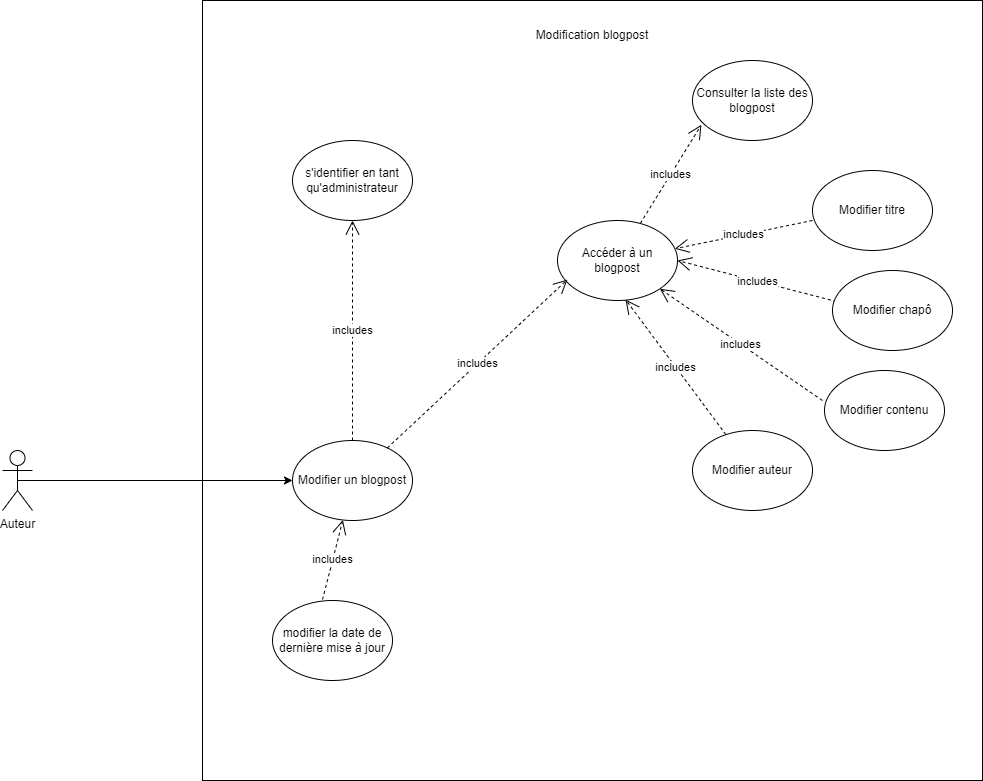
LanchesThomas/blog keeps this draw.io diagram as diagrammes/Cas d'utilisation/modification_blogpost.drawio.png. Above is the earlier version. Source tidied: cells renumbered, new cells last; positions are measured from the earlier drawing's top-left corner, leaving out a move shared by most shapes. The source it was exported from:
```xml
<mxGraphModel>
  <root>
    <mxCell id="0" />
    <mxCell id="1" parent="0" />
    <mxCell id="2" style="whiteSpace=wrap;html=1;" parent="1" vertex="1">
      <mxGeometry x="200" width="780" height="780" as="geometry" />
    </mxCell>
    <mxCell id="3" value="Modification blogpost" style="text;html=1;strokeColor=none;fillColor=none;align=center;verticalAlign=middle;whiteSpace=wrap;rounded=0;" parent="1" vertex="1">
      <mxGeometry x="505" y="20" width="170" height="30" as="geometry" />
    </mxCell>
    <mxCell id="4" value="Modifier un blogpost" style="ellipse;whiteSpace=wrap;html=1;" parent="1" vertex="1">
      <mxGeometry x="290" y="440" width="120" height="80" as="geometry" />
    </mxCell>
    <mxCell id="5" value="s'identifier en tant qu'administrateur" style="ellipse;whiteSpace=wrap;html=1;" parent="1" vertex="1">
      <mxGeometry x="290" y="140" width="120" height="80" as="geometry" />
    </mxCell>
    <mxCell id="6" style="edgeStyle=orthogonalEdgeStyle;rounded=0;jettySize=auto;html=1;exitX=0.5;exitY=0.5;exitDx=0;exitDy=0;exitPerimeter=0;" parent="1" edge="1" source="7" target="4">
      <mxGeometry relative="1" as="geometry" />
    </mxCell>
    <mxCell id="7" value="Auteur" style="shape=umlActor;verticalLabelPosition=bottom;verticalAlign=top;html=1;outlineConnect=0;" parent="1" vertex="1">
      <mxGeometry y="450" width="30" height="60" as="geometry" />
    </mxCell>
    <mxCell id="8" value="includes" style="endArrow=open;endSize=12;dashed=1;html=1;rounded=0;exitX=0.5;exitY=0;exitDx=0;exitDy=0;entryX=0.5;entryY=1;entryDx=0;entryDy=0;" parent="1" edge="1" source="4" target="5">
      <mxGeometry relative="1" as="geometry" />
    </mxCell>
    <mxCell id="9" value="modifier la date de dernière mise à jour" style="ellipse;whiteSpace=wrap;html=1;" parent="1" vertex="1">
      <mxGeometry x="270" y="600" width="120" height="80" as="geometry" />
    </mxCell>
    <mxCell id="10" value="Consulter la liste des blogpost" style="ellipse;whiteSpace=wrap;html=1;" parent="1" vertex="1">
      <mxGeometry x="690" y="60" width="120" height="80" as="geometry" />
    </mxCell>
    <mxCell id="11" value="includes" style="endArrow=open;endSize=12;dashed=1;html=1;rounded=0;entryX=0.074;entryY=0.804;entryDx=0;entryDy=0;entryPerimeter=0;" parent="1" edge="1" source="13" target="10">
      <mxGeometry relative="1" as="geometry" />
    </mxCell>
    <mxCell id="12" value="includes" style="endArrow=open;endSize=12;dashed=1;html=1;rounded=0;exitX=0.417;exitY=-0.012;exitDx=0;exitDy=0;exitPerimeter=0;" parent="1" edge="1" source="9" target="4">
      <mxGeometry relative="1" as="geometry" />
    </mxCell>
    <mxCell id="13" value="Accéder à un blogpost" style="ellipse;whiteSpace=wrap;html=1;" parent="1" vertex="1">
      <mxGeometry x="555" y="220" width="120" height="80" as="geometry" />
    </mxCell>
    <mxCell id="14" value="includes" style="endArrow=open;endSize=12;dashed=1;html=1;rounded=0;entryX=0.083;entryY=0.738;entryDx=0;entryDy=0;entryPerimeter=0;" parent="1" edge="1" source="4" target="13">
      <mxGeometry relative="1" as="geometry" />
    </mxCell>
    <mxCell id="15" value="includes" style="endArrow=open;endSize=12;dashed=1;html=1;rounded=0;exitX=0;exitY=0.625;exitDx=0;exitDy=0;exitPerimeter=0;" parent="1" edge="1" source="16" target="13">
      <mxGeometry relative="1" as="geometry" />
    </mxCell>
    <mxCell id="16" value="Modifier titre" style="ellipse;whiteSpace=wrap;html=1;" parent="1" vertex="1">
      <mxGeometry x="810" y="170" width="120" height="80" as="geometry" />
    </mxCell>
    <mxCell id="17" value="includes" style="endArrow=open;endSize=12;dashed=1;html=1;rounded=0;entryX=1;entryY=0.5;entryDx=0;entryDy=0;exitX=0.033;exitY=0.388;exitDx=0;exitDy=0;exitPerimeter=0;" parent="1" edge="1" source="18" target="13">
      <mxGeometry relative="1" as="geometry" />
    </mxCell>
    <mxCell id="18" value="Modifier chapô" style="ellipse;whiteSpace=wrap;html=1;" parent="1" vertex="1">
      <mxGeometry x="830" y="270" width="120" height="80" as="geometry" />
    </mxCell>
    <mxCell id="19" value="includes" style="endArrow=open;endSize=12;dashed=1;html=1;rounded=0;entryX=1;entryY=1;entryDx=0;entryDy=0;exitX=-0.017;exitY=0.375;exitDx=0;exitDy=0;exitPerimeter=0;" parent="1" edge="1" source="20" target="13">
      <mxGeometry relative="1" as="geometry" />
    </mxCell>
    <mxCell id="20" value="Modifier contenu" style="ellipse;whiteSpace=wrap;html=1;" parent="1" vertex="1">
      <mxGeometry x="822" y="370" width="120" height="80" as="geometry" />
    </mxCell>
    <mxCell id="21" value="includes" style="endArrow=open;endSize=12;dashed=1;html=1;rounded=0;entryX=0.567;entryY=0.988;entryDx=0;entryDy=0;entryPerimeter=0;" parent="1" edge="1" source="22" target="13">
      <mxGeometry relative="1" as="geometry" />
    </mxCell>
    <mxCell id="22" value="Modifier auteur" style="ellipse;whiteSpace=wrap;html=1;" parent="1" vertex="1">
      <mxGeometry x="690" y="430" width="120" height="80" as="geometry" />
    </mxCell>
  </root>
</mxGraphModel>
```
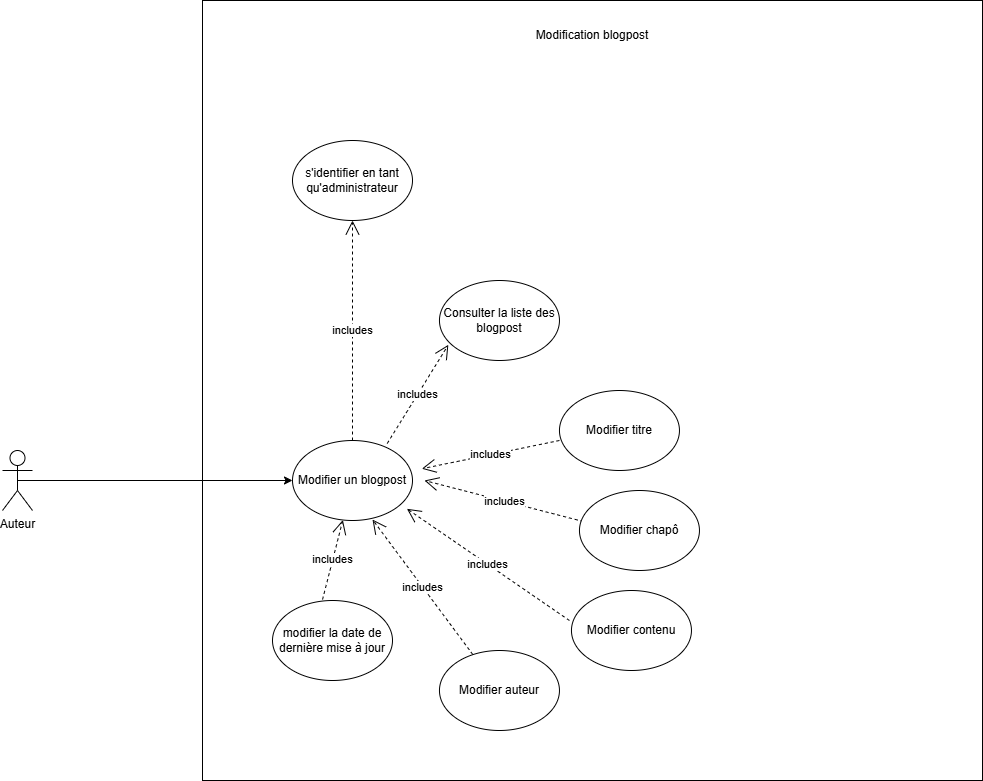
After the commit.

Change to the diagram source:
```diff
@@ -27,43 +27,47 @@
       <mxGeometry x="270" y="600" width="120" height="80" as="geometry" />
     </mxCell>
     <mxCell id="10" value="Consulter la liste des blogpost" style="ellipse;whiteSpace=wrap;html=1;" parent="1" vertex="1">
-      <mxGeometry x="690" y="60" width="120" height="80" as="geometry" />
+      <mxGeometry x="437" y="280" width="120" height="80" as="geometry" />
     </mxCell>
-    <mxCell id="11" value="includes" style="endArrow=open;endSize=12;dashed=1;html=1;rounded=0;entryX=0.074;entryY=0.804;entryDx=0;entryDy=0;entryPerimeter=0;" parent="1" edge="1" source="13" target="10">
-      <mxGeometry relative="1" as="geometry" />
+    <mxCell id="11" value="includes" style="endArrow=open;endSize=12;dashed=1;html=1;rounded=0;entryX=0.074;entryY=0.804;entryDx=0;entryDy=0;entryPerimeter=0;" parent="1" edge="1" target="10">
+      <mxGeometry relative="1" as="geometry">
+        <mxPoint x="384.7" y="443" as="sourcePoint" />
+      </mxGeometry>
     </mxCell>
     <mxCell id="12" value="includes" style="endArrow=open;endSize=12;dashed=1;html=1;rounded=0;exitX=0.417;exitY=-0.012;exitDx=0;exitDy=0;exitPerimeter=0;" parent="1" edge="1" source="9" target="4">
       <mxGeometry relative="1" as="geometry" />
     </mxCell>
-    <mxCell id="13" value="Accéder à un blogpost" style="ellipse;whiteSpace=wrap;html=1;" parent="1" vertex="1">
-      <mxGeometry x="555" y="220" width="120" height="80" as="geometry" />
-    </mxCell>
-    <mxCell id="14" value="includes" style="endArrow=open;endSize=12;dashed=1;html=1;rounded=0;entryX=0.083;entryY=0.738;entryDx=0;entryDy=0;entryPerimeter=0;" parent="1" edge="1" source="4" target="13">
-      <mxGeometry relative="1" as="geometry" />
-    </mxCell>
-    <mxCell id="15" value="includes" style="endArrow=open;endSize=12;dashed=1;html=1;rounded=0;exitX=0;exitY=0.625;exitDx=0;exitDy=0;exitPerimeter=0;" parent="1" edge="1" source="16" target="13">
-      <mxGeometry relative="1" as="geometry" />
+    <mxCell id="15" value="includes" style="endArrow=open;endSize=12;dashed=1;html=1;rounded=0;exitX=0;exitY=0.625;exitDx=0;exitDy=0;exitPerimeter=0;" parent="1" edge="1" source="16">
+      <mxGeometry relative="1" as="geometry">
+        <mxPoint x="419.3" y="468.2" as="targetPoint" />
+      </mxGeometry>
     </mxCell>
     <mxCell id="16" value="Modifier titre" style="ellipse;whiteSpace=wrap;html=1;" parent="1" vertex="1">
-      <mxGeometry x="810" y="170" width="120" height="80" as="geometry" />
+      <mxGeometry x="557" y="390" width="120" height="80" as="geometry" />
     </mxCell>
-    <mxCell id="17" value="includes" style="endArrow=open;endSize=12;dashed=1;html=1;rounded=0;entryX=1;entryY=0.5;entryDx=0;entryDy=0;exitX=0.033;exitY=0.388;exitDx=0;exitDy=0;exitPerimeter=0;" parent="1" edge="1" source="18" target="13">
-      <mxGeometry relative="1" as="geometry" />
+    <mxCell id="17" value="includes" style="endArrow=open;endSize=12;dashed=1;html=1;rounded=0;entryX=1;entryY=0.5;entryDx=0;entryDy=0;exitX=0.033;exitY=0.388;exitDx=0;exitDy=0;exitPerimeter=0;" parent="1" edge="1" source="18">
+      <mxGeometry relative="1" as="geometry">
+        <mxPoint x="422" y="480" as="targetPoint" />
+      </mxGeometry>
     </mxCell>
     <mxCell id="18" value="Modifier chapô" style="ellipse;whiteSpace=wrap;html=1;" parent="1" vertex="1">
-      <mxGeometry x="830" y="270" width="120" height="80" as="geometry" />
+      <mxGeometry x="577" y="490" width="120" height="80" as="geometry" />
     </mxCell>
-    <mxCell id="19" value="includes" style="endArrow=open;endSize=12;dashed=1;html=1;rounded=0;entryX=1;entryY=1;entryDx=0;entryDy=0;exitX=-0.017;exitY=0.375;exitDx=0;exitDy=0;exitPerimeter=0;" parent="1" edge="1" source="20" target="13">
-      <mxGeometry relative="1" as="geometry" />
+    <mxCell id="19" value="includes" style="endArrow=open;endSize=12;dashed=1;html=1;rounded=0;entryX=1;entryY=1;entryDx=0;entryDy=0;exitX=-0.017;exitY=0.375;exitDx=0;exitDy=0;exitPerimeter=0;" parent="1" edge="1" source="20">
+      <mxGeometry relative="1" as="geometry">
+        <mxPoint x="404.4" y="508.3" as="targetPoint" />
+      </mxGeometry>
     </mxCell>
     <mxCell id="20" value="Modifier contenu" style="ellipse;whiteSpace=wrap;html=1;" parent="1" vertex="1">
-      <mxGeometry x="822" y="370" width="120" height="80" as="geometry" />
+      <mxGeometry x="569" y="590" width="120" height="80" as="geometry" />
     </mxCell>
-    <mxCell id="21" value="includes" style="endArrow=open;endSize=12;dashed=1;html=1;rounded=0;entryX=0.567;entryY=0.988;entryDx=0;entryDy=0;entryPerimeter=0;" parent="1" edge="1" source="22" target="13">
-      <mxGeometry relative="1" as="geometry" />
+    <mxCell id="21" value="includes" style="endArrow=open;endSize=12;dashed=1;html=1;rounded=0;entryX=0.567;entryY=0.988;entryDx=0;entryDy=0;entryPerimeter=0;" parent="1" edge="1" source="22">
+      <mxGeometry relative="1" as="geometry">
+        <mxPoint x="370" y="519" as="targetPoint" />
+      </mxGeometry>
     </mxCell>
     <mxCell id="22" value="Modifier auteur" style="ellipse;whiteSpace=wrap;html=1;" parent="1" vertex="1">
-      <mxGeometry x="690" y="430" width="120" height="80" as="geometry" />
+      <mxGeometry x="437" y="650" width="120" height="80" as="geometry" />
     </mxCell>
   </root>
 </mxGraphModel>
```
